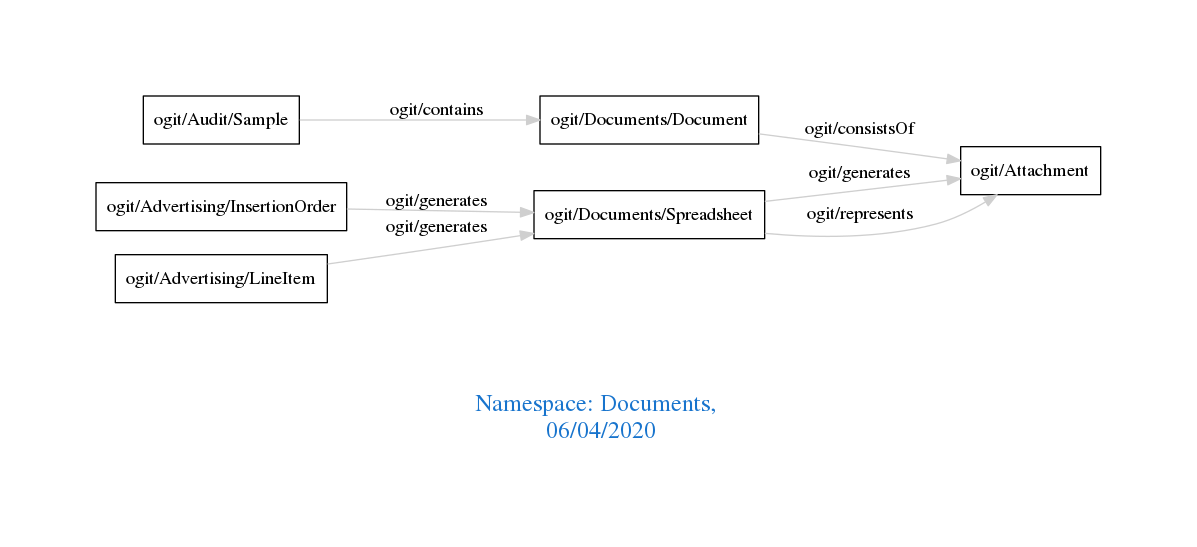
Before: downloads/Documents.png, a diagram exported from Graphviz (arago/OGIT). Its source is kept beside it as downloads/Documents.dot. The source it was exported from:
```dot
digraph OGIT_ontology {
 graph [ rankdir= LR,pad=1
fontsize = 18,
fontcolor= dodgerblue3,label = "\n\n\nNamespace: Documents, \n 06/04/2020"];
node[shape=polygon];
edge [  color="gray81"];

   "ogit/Audit/Sample" -> "ogit/Documents/Document" [label="   ogit/contains    "];
   "ogit/Advertising/InsertionOrder" -> "ogit/Documents/Spreadsheet" [label="   ogit/generates    "];
   "ogit/Advertising/LineItem" -> "ogit/Documents/Spreadsheet" [label="   ogit/generates    "];
   "ogit/Documents/Spreadsheet" -> "ogit/Attachment" [label="   ogit/generates    "];
   "ogit/Documents/Spreadsheet" -> "ogit/Attachment" [label="   ogit/represents    "];
   "ogit/Documents/Document" -> "ogit/Attachment" [label="   ogit/consistsOf    "];
}
```
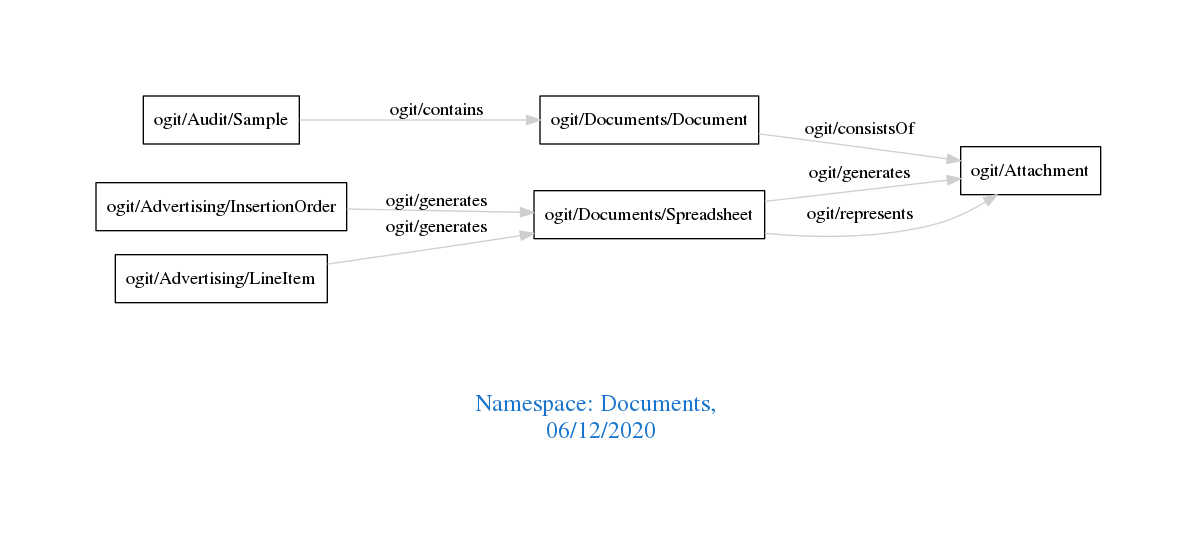
The same diagram one commit later.

The edit, as a diff of the source:
```diff
@@ -1,7 +1,7 @@
 digraph OGIT_ontology {
  graph [ rankdir= LR,pad=1
 fontsize = 18,
-fontcolor= dodgerblue3,label = "\n\n\nNamespace: Documents, \n 06/04/2020"];
+fontcolor= dodgerblue3,label = "\n\n\nNamespace: Documents, \n 06/12/2020"];
 node[shape=polygon];
 edge [  color="gray81"];
 
```
